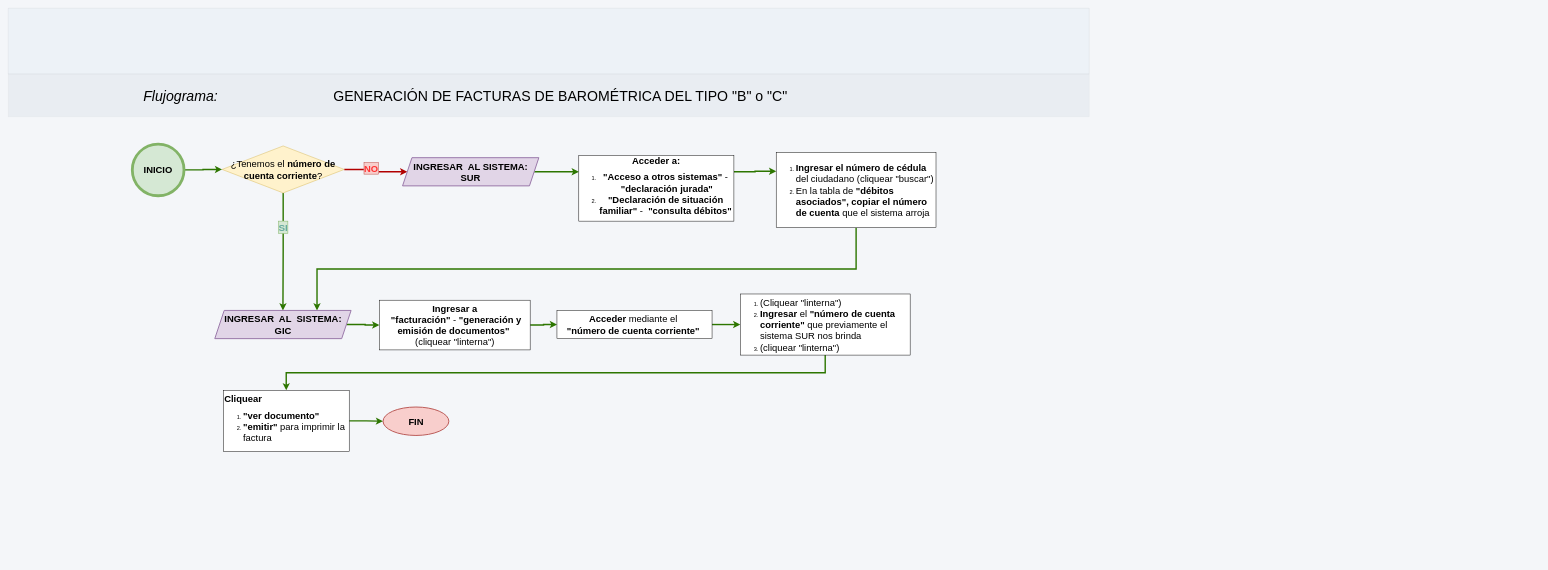
This is Facturas_barométrica/Factura de barométrica.drawio from adlc20/Manual_de_procedimientos_ccz9, a draw.io file, before an edit. Source tidied: cells renumbered, new cells numbered last; positions are measured from the earlier drawing's top-left corner, leaving out a move shared by most shapes. Both pictures are drawn from the tidied source at 47%, with x=0, y=0 at pixel (8, 8).
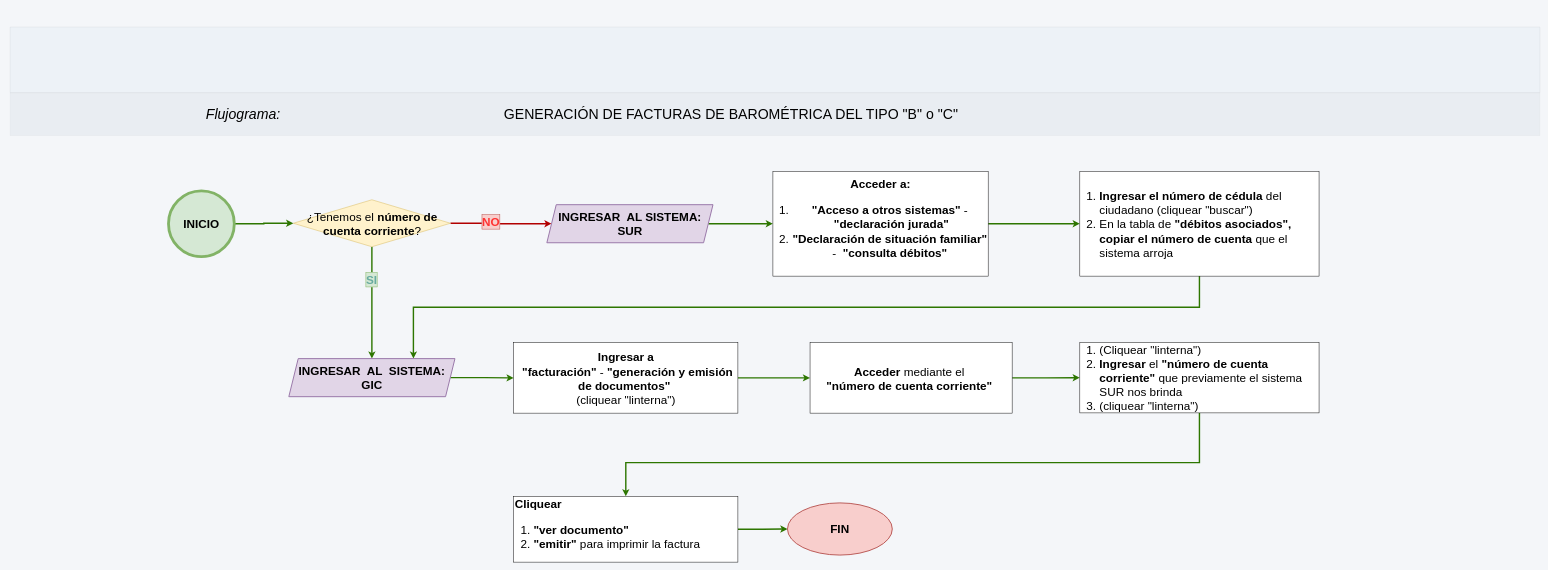
Above is the later version.

Change to the diagram source:
```diff
@@
-    <mxCell id="2" style="verticalLabelPosition=bottom;verticalAlign=middle;html=1;shape=mxgraph.basic.patternFillRect;step=5;fillStrokeWidth=0.2;fillStrokeColor=#dddddd;fillColor=#EDF2F7;strokeWidth=0;dashed=1;dashPattern=1 4;rounded=1;align=center;fontFamily=Helvetica;fontSize=12;fontColor=#2D3748;" parent="1" vertex="1">
-      <mxGeometry width="2300" height="140" as="geometry" />
-    </mxCell>
-    <mxCell id="3" style="verticalLabelPosition=bottom;verticalAlign=top;html=1;shape=mxgraph.basic.patternFillRect;fillStyle=auto;step=5;fillStrokeWidth=0.2;fillStrokeColor=#dddddd;fillColor=#E0E5EB;strokeWidth=0;strokeColor=default;opacity=50;fontColor=#ffffff;shadow=0;comic=0;align=center;fontFamily=Helvetica;fontSize=12;gradientColor=none;" parent="1" vertex="1">
-      <mxGeometry y="140" width="2300" height="91" as="geometry" />
-    </mxCell>
+    <mxCell id="30" style="verticalLabelPosition=bottom;verticalAlign=middle;html=1;shape=mxgraph.basic.patternFillRect;step=5;fillStrokeWidth=0.2;fillStrokeColor=#dddddd;fillColor=#EDF2F7;strokeWidth=0;dashed=1;dashPattern=1 4;rounded=1;align=center;fontFamily=Helvetica;fontSize=12;fontColor=#2D3748;" parent="1" vertex="1">
+      <mxGeometry x="4" y="40" width="3255" height="140" as="geometry" />
+    </mxCell>
+    <mxCell id="31" style="verticalLabelPosition=bottom;verticalAlign=top;html=1;shape=mxgraph.basic.patternFillRect;fillStyle=auto;step=5;fillStrokeWidth=0.2;fillStrokeColor=#dddddd;fillColor=#E0E5EB;strokeWidth=0;strokeColor=default;opacity=50;fontColor=#ffffff;shadow=0;comic=0;align=center;fontFamily=Helvetica;fontSize=12;gradientColor=none;" parent="1" vertex="1">
+      <mxGeometry x="4" y="180" width="3255" height="91" as="geometry" />
+    </mxCell>
     <mxCell id="4" value="&lt;i style=&quot;font-size: 30px;&quot;&gt;Flujograma:&lt;/i&gt;" style="text;html=1;whiteSpace=wrap;strokeColor=none;fillColor=none;align=center;verticalAlign=middle;rounded=0;" parent="1" vertex="1">
-      <mxGeometry x="182" y="170.5" width="370" height="30" as="geometry" />
+      <mxGeometry x="315" y="210.5" width="370" height="30" as="geometry" />
     </mxCell>
     <mxCell id="5" value="&lt;font style=&quot;font-size: 30px;&quot;&gt;GENERACIÓN DE FACTURAS DE BAROMÉTRICA DEL TIPO &quot;B&quot; o &quot;C&quot;&lt;/font&gt;" style="text;html=1;whiteSpace=wrap;strokeColor=none;fillColor=none;align=center;verticalAlign=middle;rounded=0;" parent="1" vertex="1">
-      <mxGeometry x="675" y="171.5" width="1000" height="30" as="geometry" />
+      <mxGeometry x="1038" y="210.5" width="1000" height="30" as="geometry" />
     </mxCell>
-    <mxCell id="6" style="edgeStyle=orthogonalEdgeStyle;rounded=0;jettySize=auto;html=1;exitX=1;exitY=0.5;exitDx=0;exitDy=0;entryX=0;entryY=0.5;entryDx=0;entryDy=0;fillColor=#60a917;strokeColor=#2D7600;strokeWidth=3;" parent="1" edge="1" source="29" target="19">
+    <mxCell id="6" style="edgeStyle=orthogonalEdgeStyle;rounded=0;jettySize=auto;html=1;exitX=1;exitY=0.5;exitDx=0;exitDy=0;entryX=0;entryY=0.5;entryDx=0;entryDy=0;fillColor=#60a917;strokeColor=#2D7600;strokeWidth=3;fontSize=25;" parent="1" edge="1" source="29" target="19">
       <mxGeometry relative="1" as="geometry" />
     </mxCell>
-    <mxCell id="7" style="edgeStyle=orthogonalEdgeStyle;rounded=0;jettySize=auto;html=1;exitX=1;exitY=0.5;exitDx=0;exitDy=0;entryX=0;entryY=0.5;entryDx=0;entryDy=0;fillColor=#60a917;strokeColor=#2D7600;strokeWidth=3;" parent="1" edge="1" source="8" target="10">
+    <mxCell id="7" style="edgeStyle=orthogonalEdgeStyle;rounded=0;jettySize=auto;html=1;exitX=1;exitY=0.5;exitDx=0;exitDy=0;entryX=0;entryY=0.5;entryDx=0;entryDy=0;fillColor=#60a917;strokeColor=#2D7600;strokeWidth=3;fontSize=25;" parent="1" edge="1" source="8" target="10">
       <mxGeometry relative="1" as="geometry" />
     </mxCell>
-    <mxCell id="8" value="&lt;font style=&quot;font-size: 20px;&quot;&gt;&lt;b&gt;Ingresar a&lt;/b&gt;&lt;/font&gt;&lt;div&gt;&lt;font style=&quot;font-size: 20px;&quot;&gt;&lt;b&gt;&amp;nbsp;&quot;facturación&quot;&lt;/b&gt; - &lt;b&gt;&quot;generación y emisión de documentos&quot;&amp;nbsp;&lt;/b&gt;&lt;/font&gt;&lt;/div&gt;&lt;div&gt;&lt;font style=&quot;font-size: 20px;&quot;&gt;(cliquear &quot;linterna&quot;)&lt;/font&gt;&lt;/div&gt;" style="rounded=0;whiteSpace=wrap;html=1;" parent="1" vertex="1">
-      <mxGeometry x="789.5" y="621.2" width="321" height="105.8" as="geometry" />
+    <mxCell id="8" value="&lt;font&gt;&lt;b&gt;Ingresar a&lt;/b&gt;&lt;/font&gt;&lt;div&gt;&lt;font&gt;&lt;b&gt;&amp;nbsp;&quot;facturación&quot;&lt;/b&gt; - &lt;b&gt;&quot;generación y emisión de documentos&quot;&amp;nbsp;&lt;/b&gt;&lt;/font&gt;&lt;/div&gt;&lt;div&gt;&lt;font&gt;(cliquear &quot;linterna&quot;)&lt;/font&gt;&lt;/div&gt;" style="rounded=0;whiteSpace=wrap;html=1;fontSize=25;" parent="1" vertex="1">
+      <mxGeometry x="1075.5" y="711.5" width="477" height="150" as="geometry" />
     </mxCell>
-    <mxCell id="9" style="edgeStyle=orthogonalEdgeStyle;rounded=0;jettySize=auto;html=1;strokeWidth=3;fillColor=#60a917;strokeColor=#2D7600;" parent="1" edge="1" source="10" target="12">
+    <mxCell id="9" style="edgeStyle=orthogonalEdgeStyle;rounded=0;jettySize=auto;html=1;strokeWidth=3;fillColor=#60a917;strokeColor=#2D7600;fontSize=25;" parent="1" edge="1" source="10" target="12">
       <mxGeometry relative="1" as="geometry" />
     </mxCell>
-    <mxCell id="10" value="&lt;font style=&quot;font-size: 20px;&quot;&gt;&lt;b&gt;Acceder&lt;/b&gt; mediante el&amp;nbsp;&lt;/font&gt;&lt;div&gt;&lt;font style=&quot;font-size: 20px;&quot;&gt;&lt;b&gt;&quot;número de cuenta corriente&quot;&lt;/b&gt;&amp;nbsp;&lt;/font&gt;&lt;/div&gt;" style="rounded=0;whiteSpace=wrap;html=1;" parent="1" vertex="1">
-      <mxGeometry x="1167.5" y="643" width="330" height="60" as="geometry" />
+    <mxCell id="10" value="&lt;font&gt;&lt;b&gt;Acceder&lt;/b&gt; mediante el&amp;nbsp;&lt;/font&gt;&lt;div&gt;&lt;font&gt;&lt;b&gt;&quot;número de cuenta corriente&quot;&lt;/b&gt;&amp;nbsp;&lt;/font&gt;&lt;/div&gt;" style="rounded=0;whiteSpace=wrap;html=1;fontSize=25;" parent="1" vertex="1">
+      <mxGeometry x="1706" y="711.5" width="430" height="150" as="geometry" />
     </mxCell>
-    <mxCell id="11" style="edgeStyle=orthogonalEdgeStyle;rounded=0;jettySize=auto;html=1;strokeWidth=3;fillColor=#60a917;strokeColor=#2D7600;exitX=0.5;exitY=1;exitDx=0;exitDy=0;" parent="1" edge="1" source="12" target="14">
-      <mxGeometry relative="1" as="geometry" />
+    <mxCell id="11" style="edgeStyle=orthogonalEdgeStyle;rounded=0;jettySize=auto;html=1;strokeWidth=3;fillColor=#60a917;strokeColor=#2D7600;exitX=0.5;exitY=1;exitDx=0;exitDy=0;fontSize=25;entryX=0.5;entryY=0;entryDx=0;entryDy=0;" parent="1" edge="1" source="12" target="14">
+      <mxGeometry relative="1" as="geometry">
+        <Array as="points">
+          <mxPoint x="2534.5" y="966.8" />
+          <mxPoint x="1314" y="966.8" />
+        </Array>
+      </mxGeometry>
     </mxCell>
-    <mxCell id="12" value="&lt;ol&gt;&lt;li&gt;&lt;font style=&quot;font-size: 20px;&quot;&gt;(Cliquear &quot;linterna&quot;)&amp;nbsp;&lt;/font&gt;&lt;/li&gt;&lt;li&gt;&lt;font style=&quot;font-size: 20px;&quot;&gt;&lt;b&gt;Ingresar&lt;/b&gt; el &lt;b&gt;&quot;número de cuenta corriente&quot;&lt;/b&gt; que previamente el sistema SUR nos brinda&amp;nbsp;&lt;/font&gt;&lt;/li&gt;&lt;li&gt;&lt;font style=&quot;font-size: 20px;&quot;&gt;(cliquear &quot;linterna&quot;)&lt;/font&gt;&lt;/li&gt;&lt;/ol&gt;" style="rounded=0;whiteSpace=wrap;html=1;align=left;" parent="1" vertex="1">
-      <mxGeometry x="1557.5" y="608" width="361.5" height="130" as="geometry" />
+    <mxCell id="12" value="&lt;ol&gt;&lt;li&gt;&lt;font&gt;(Cliquear &quot;linterna&quot;)&amp;nbsp;&lt;/font&gt;&lt;/li&gt;&lt;li&gt;&lt;font&gt;&lt;b&gt;Ingresar&lt;/b&gt; el &lt;b&gt;&quot;número de cuenta corriente&quot;&lt;/b&gt; que previamente el sistema SUR nos brinda&amp;nbsp;&lt;/font&gt;&lt;/li&gt;&lt;li&gt;&lt;font&gt;(cliquear &quot;linterna&quot;)&lt;/font&gt;&lt;/li&gt;&lt;/ol&gt;" style="rounded=0;whiteSpace=wrap;html=1;align=left;fontSize=25;" parent="1" vertex="1">
+      <mxGeometry x="2280" y="711" width="509" height="150" as="geometry" />
     </mxCell>
-    <mxCell id="13" style="edgeStyle=orthogonalEdgeStyle;rounded=0;jettySize=auto;html=1;exitX=1;exitY=0.5;exitDx=0;exitDy=0;entryX=0;entryY=0.5;entryDx=0;entryDy=0;strokeWidth=3;fillColor=#60a917;strokeColor=#2D7600;" parent="1" edge="1" source="14" target="22">
+    <mxCell id="13" style="edgeStyle=orthogonalEdgeStyle;rounded=0;jettySize=auto;html=1;exitX=1;exitY=0.5;exitDx=0;exitDy=0;entryX=0;entryY=0.5;entryDx=0;entryDy=0;strokeWidth=3;fillColor=#60a917;strokeColor=#2D7600;fontSize=25;" parent="1" edge="1" source="14" target="22">
       <mxGeometry relative="1" as="geometry" />
     </mxCell>
-    <mxCell id="14" value="&lt;font style=&quot;font-size: 20px;&quot;&gt;&lt;b&gt;Cliquear&amp;nbsp;&lt;/b&gt;&lt;/font&gt;&lt;div&gt;&lt;ol&gt;&lt;li&gt;&lt;span style=&quot;font-size: 20px; background-color: transparent; color: light-dark(rgb(0, 0, 0), rgb(255, 255, 255));&quot;&gt;&lt;b&gt;&quot;ver documento&quot;&lt;/b&gt;&amp;nbsp; &amp;nbsp;&lt;/span&gt;&lt;/li&gt;&lt;li&gt;&lt;span style=&quot;font-size: 20px; background-color: transparent; color: light-dark(rgb(0, 0, 0), rgb(255, 255, 255));&quot;&gt;&lt;b&gt;&quot;emitir&quot;&lt;/b&gt; para imprimir la factura&lt;/span&gt;&lt;/li&gt;&lt;/ol&gt;&lt;/div&gt;" style="rounded=0;whiteSpace=wrap;html=1;align=left;" parent="1" vertex="1">
-      <mxGeometry x="457.5" y="813" width="268" height="130" as="geometry" />
+    <mxCell id="14" value="&lt;font&gt;&lt;b&gt;Cliquear&amp;nbsp;&lt;/b&gt;&lt;/font&gt;&lt;div&gt;&lt;ol&gt;&lt;li&gt;&lt;span style=&quot;background-color: transparent; color: light-dark(rgb(0, 0, 0), rgb(255, 255, 255));&quot;&gt;&lt;b&gt;&quot;ver documento&quot;&lt;/b&gt;&amp;nbsp; &amp;nbsp;&lt;/span&gt;&lt;/li&gt;&lt;li&gt;&lt;span style=&quot;background-color: transparent; color: light-dark(rgb(0, 0, 0), rgb(255, 255, 255));&quot;&gt;&lt;b&gt;&quot;emitir&quot;&lt;/b&gt; para imprimir la factura&lt;/span&gt;&lt;/li&gt;&lt;/ol&gt;&lt;/div&gt;" style="rounded=0;whiteSpace=wrap;html=1;align=left;fontSize=25;" parent="1" vertex="1">
+      <mxGeometry x="1075.5" y="1038.5" width="477" height="140" as="geometry" />
     </mxCell>
-    <mxCell id="15" style="edgeStyle=orthogonalEdgeStyle;rounded=0;jettySize=auto;html=1;exitX=0.5;exitY=1;exitDx=0;exitDy=0;entryX=0.5;entryY=0;entryDx=0;entryDy=0;fillColor=#60a917;strokeColor=#2D7600;strokeWidth=3;" parent="1" edge="1" source="19" target="28">
+    <mxCell id="15" style="edgeStyle=orthogonalEdgeStyle;rounded=0;jettySize=auto;html=1;exitX=0.5;exitY=1;exitDx=0;exitDy=0;entryX=0.5;entryY=0;entryDx=0;entryDy=0;fillColor=#60a917;strokeColor=#2D7600;strokeWidth=3;fontSize=25;" parent="1" edge="1" source="19" target="28">
       <mxGeometry relative="1" as="geometry" />
     </mxCell>
-    <mxCell id="16" value="&lt;font style=&quot;color: rgb(103, 171, 159);&quot;&gt;SI&lt;/font&gt;" style="edgeLabel;html=1;align=center;verticalAlign=middle;fontSize=21;labelBackgroundColor=#d5e8d4;labelBorderColor=#82b366;fontStyle=1;" parent="15" vertex="1">
+    <mxCell id="16" value="&lt;font style=&quot;color: rgb(103, 171, 159);&quot;&gt;SI&lt;/font&gt;" style="edgeLabel;html=1;align=center;verticalAlign=middle;fontSize=25;labelBackgroundColor=#d5e8d4;labelBorderColor=#82b366;fontStyle=1;" parent="15" vertex="1">
       <mxGeometry x="-0.57" y="5" relative="1" as="geometry">
         <mxPoint x="-6" y="18" as="offset" />
       </mxGeometry>
     </mxCell>
-    <mxCell id="17" style="edgeStyle=orthogonalEdgeStyle;rounded=0;jettySize=auto;html=1;exitX=1;exitY=0.5;exitDx=0;exitDy=0;entryX=0;entryY=0.5;entryDx=0;entryDy=0;fillColor=#e51400;strokeColor=#B20000;strokeWidth=3;" parent="1" edge="1" source="19" target="26">
+    <mxCell id="17" style="edgeStyle=orthogonalEdgeStyle;rounded=0;jettySize=auto;html=1;exitX=1;exitY=0.5;exitDx=0;exitDy=0;entryX=0;entryY=0.5;entryDx=0;entryDy=0;fillColor=#e51400;strokeColor=#B20000;strokeWidth=3;fontSize=25;" parent="1" edge="1" source="19" target="26">
       <mxGeometry relative="1" as="geometry" />
     </mxCell>
-    <mxCell id="18" value="&lt;font style=&quot;color: rgb(255, 51, 51);&quot;&gt;NO&lt;/font&gt;" style="edgeLabel;html=1;align=center;verticalAlign=middle;fontSize=20;fontStyle=1;labelBackgroundColor=#f8cecc;labelBorderColor=#b85450;" parent="17" vertex="1">
+    <mxCell id="18" value="&lt;font style=&quot;color: rgb(255, 51, 51);&quot;&gt;NO&lt;/font&gt;" style="edgeLabel;html=1;align=center;verticalAlign=middle;fontSize=25;fontStyle=1;labelBackgroundColor=#f8cecc;labelBorderColor=#b85450;" parent="17" vertex="1">
       <mxGeometry x="-0.24" y="4" relative="1" as="geometry">
         <mxPoint x="3" as="offset" />
       </mxGeometry>
     </mxCell>
-    <mxCell id="19" value="&lt;font style=&quot;font-size: 20px;&quot;&gt;¿Tenemos el &lt;b&gt;número de cuenta corriente&lt;/b&gt;?&lt;/font&gt;" style="rhombus;whiteSpace=wrap;html=1;fillColor=#fff2cc;strokeColor=#d6b656;" parent="1" vertex="1">
-      <mxGeometry x="455" y="293" width="260" height="100" as="geometry" />
+    <mxCell id="19" value="&lt;font&gt;¿Tenemos el &lt;b&gt;número de cuenta corriente&lt;/b&gt;?&lt;/font&gt;" style="rhombus;whiteSpace=wrap;html=1;fillColor=#fff2cc;strokeColor=#d6b656;fontSize=25;" parent="1" vertex="1">
+      <mxGeometry x="606.5" y="407.5" width="334.5" height="100" as="geometry" />
     </mxCell>
-    <mxCell id="20" style="edgeStyle=orthogonalEdgeStyle;rounded=0;jettySize=auto;html=1;exitX=0.5;exitY=1;exitDx=0;exitDy=0;entryX=0.75;entryY=0;entryDx=0;entryDy=0;fillColor=#60a917;strokeColor=#2D7600;strokeWidth=3;" parent="1" edge="1" source="21" target="28">
-      <mxGeometry relative="1" as="geometry" />
+    <mxCell id="20" style="edgeStyle=orthogonalEdgeStyle;rounded=0;jettySize=auto;html=1;exitX=0.5;exitY=1;exitDx=0;exitDy=0;entryX=0.75;entryY=0;entryDx=0;entryDy=0;fillColor=#60a917;strokeColor=#2D7600;strokeWidth=3;fontSize=25;" parent="1" edge="1" source="21" target="28">
+      <mxGeometry relative="1" as="geometry">
+        <Array as="points">
+          <mxPoint x="2534.5" y="636.2" />
+          <mxPoint x="862" y="636.2" />
+        </Array>
+      </mxGeometry>
     </mxCell>
-    <mxCell id="21" value="&lt;ol&gt;&lt;li&gt;&lt;font style=&quot;font-size: 20px;&quot;&gt;&lt;b&gt;Ingresar el número de cédula&lt;/b&gt; del ciudadano (cliquear &quot;buscar&quot;)&lt;/font&gt;&lt;/li&gt;&lt;li&gt;&lt;span style=&quot;font-size: 20px;&quot;&gt;En la tabla de&lt;b&gt; &quot;débitos asociados&quot;, copiar el número de cuenta&lt;/b&gt; que el sistema arroja&amp;nbsp;&amp;nbsp;&lt;/span&gt;&lt;/li&gt;&lt;/ol&gt;" style="rounded=0;whiteSpace=wrap;html=1;align=left;" parent="1" vertex="1">
-      <mxGeometry x="1634" y="307" width="340" height="160" as="geometry" />
+    <mxCell id="21" value="&lt;ol&gt;&lt;li&gt;&lt;font&gt;&lt;b&gt;Ingresar el número de cédula&lt;/b&gt; del ciudadano (cliquear &quot;buscar&quot;)&lt;/font&gt;&lt;/li&gt;&lt;li&gt;&lt;span&gt;En la tabla de&lt;b&gt; &quot;débitos asociados&quot;, copiar el número de cuenta&lt;/b&gt; que el sistema arroja&amp;nbsp;&amp;nbsp;&lt;/span&gt;&lt;/li&gt;&lt;/ol&gt;" style="rounded=0;whiteSpace=wrap;html=1;align=left;fontSize=25;" parent="1" vertex="1">
+      <mxGeometry x="2280" y="347" width="509" height="223" as="geometry" />
     </mxCell>
-    <mxCell id="22" value="&lt;font style=&quot;font-size: 20px;&quot;&gt;&lt;b&gt;FIN&lt;/b&gt;&lt;/font&gt;" style="ellipse;whiteSpace=wrap;html=1;fillColor=#f8cecc;strokeColor=#b85450;strokeWidth=2;" parent="1" vertex="1">
-      <mxGeometry x="797.5" y="848.5" width="140" height="60.5" as="geometry" />
+    <mxCell id="22" value="&lt;font&gt;&lt;b&gt;FIN&lt;/b&gt;&lt;/font&gt;" style="ellipse;whiteSpace=wrap;html=1;fillColor=#f8cecc;strokeColor=#b85450;strokeWidth=2;fontSize=25;" parent="1" vertex="1">
+      <mxGeometry x="1658" y="1052.5" width="223" height="111" as="geometry" />
     </mxCell>
-    <mxCell id="23" style="edgeStyle=orthogonalEdgeStyle;rounded=0;jettySize=auto;html=1;exitX=1;exitY=0.25;exitDx=0;exitDy=0;entryX=0;entryY=0.25;entryDx=0;entryDy=0;fillColor=#60a917;strokeColor=#2D7600;strokeWidth=3;" parent="1" edge="1" source="24" target="21">
+    <mxCell id="23" style="edgeStyle=orthogonalEdgeStyle;rounded=0;jettySize=auto;html=1;exitX=1;exitY=0.5;exitDx=0;exitDy=0;entryX=0;entryY=0.5;entryDx=0;entryDy=0;fillColor=#60a917;strokeColor=#2D7600;strokeWidth=3;fontSize=25;" parent="1" edge="1" source="24" target="21">
       <mxGeometry relative="1" as="geometry" />
     </mxCell>
-    <mxCell id="24" value="&lt;div&gt;&lt;span style=&quot;font-size: 20px;&quot;&gt;&lt;br&gt;&lt;/span&gt;&lt;/div&gt;&lt;span style=&quot;font-size: 20px;&quot;&gt;&lt;b&gt;Acceder a:&lt;/b&gt;&lt;/span&gt;&lt;div&gt;&lt;ol&gt;&lt;li&gt;&lt;span style=&quot;font-size: 20px;&quot;&gt;&lt;b&gt;&quot;Acceso a otros sistemas&quot;&lt;/b&gt; -&lt;/span&gt;&lt;font style=&quot;font-size: 20px;&quot;&gt;&amp;nbsp;&lt;b&gt;&quot;declaración jurada&quot;&lt;/b&gt;&lt;/font&gt;&lt;/li&gt;&lt;li&gt;&lt;span style=&quot;font-size: 20px;&quot;&gt;&lt;b&gt;&quot;Declaración de situación familiar&quot;&lt;/b&gt; -&amp;nbsp;&lt;b&gt; &quot;consulta débitos&quot;&lt;/b&gt;&lt;/span&gt;&lt;/li&gt;&lt;/ol&gt;&lt;/div&gt;&lt;div&gt;&lt;span style=&quot;font-size: 20px;&quot;&gt;&lt;br&gt;&lt;/span&gt;&lt;/div&gt;" style="rounded=0;whiteSpace=wrap;html=1;" parent="1" vertex="1">
-      <mxGeometry x="1214" y="313" width="330" height="140" as="geometry" />
+    <mxCell id="24" value="&lt;div&gt;&lt;span&gt;&lt;br&gt;&lt;/span&gt;&lt;/div&gt;&lt;span&gt;&lt;b&gt;Acceder a:&lt;/b&gt;&lt;/span&gt;&lt;div&gt;&lt;ol&gt;&lt;li&gt;&lt;span&gt;&lt;b&gt;&quot;Acceso a otros sistemas&quot;&lt;/b&gt; -&lt;/span&gt;&lt;font&gt;&amp;nbsp;&lt;b&gt;&quot;declaración jurada&quot;&lt;/b&gt;&lt;/font&gt;&lt;/li&gt;&lt;li&gt;&lt;span&gt;&lt;b&gt;&quot;Declaración de situación familiar&quot;&lt;/b&gt; -&amp;nbsp;&lt;b&gt; &quot;consulta débitos&quot;&lt;/b&gt;&lt;/span&gt;&lt;/li&gt;&lt;/ol&gt;&lt;/div&gt;&lt;div&gt;&lt;span&gt;&lt;br&gt;&lt;/span&gt;&lt;/div&gt;" style="rounded=0;whiteSpace=wrap;html=1;fontSize=25;" parent="1" vertex="1">
+      <mxGeometry x="1627" y="347" width="458" height="223" as="geometry" />
     </mxCell>
-    <mxCell id="25" style="edgeStyle=orthogonalEdgeStyle;rounded=0;jettySize=auto;html=1;exitX=1;exitY=0.5;exitDx=0;exitDy=0;entryX=0;entryY=0.25;entryDx=0;entryDy=0;fillColor=#60a917;strokeColor=#2D7600;strokeWidth=3;" parent="1" edge="1" source="26" target="24">
+    <mxCell id="25" style="edgeStyle=orthogonalEdgeStyle;rounded=0;jettySize=auto;html=1;exitX=1;exitY=0.5;exitDx=0;exitDy=0;entryX=0;entryY=0.5;entryDx=0;entryDy=0;fillColor=#60a917;strokeColor=#2D7600;strokeWidth=3;fontSize=25;" parent="1" edge="1" source="26" target="24">
       <mxGeometry relative="1" as="geometry" />
     </mxCell>
-    <mxCell id="26" value="&lt;font style=&quot;font-size: 20px;&quot;&gt;&lt;b&gt;INGRESAR&amp;nbsp; AL SISTEMA: SUR&lt;/b&gt;&lt;/font&gt;" style="shape=parallelogram;perimeter=parallelogramPerimeter;whiteSpace=wrap;html=1;fixedSize=1;fillColor=#e1d5e7;strokeColor=#9673a6;strokeWidth=2;" parent="1" vertex="1">
-      <mxGeometry x="839" y="318" width="290" height="60" as="geometry" />
+    <mxCell id="26" value="&lt;font&gt;&lt;b&gt;INGRESAR&amp;nbsp; AL SISTEMA: SUR&lt;/b&gt;&lt;/font&gt;" style="shape=parallelogram;perimeter=parallelogramPerimeter;whiteSpace=wrap;html=1;fixedSize=1;fillColor=#e1d5e7;strokeColor=#9673a6;strokeWidth=2;fontSize=25;" parent="1" vertex="1">
+      <mxGeometry x="1146" y="418" width="353.5" height="81" as="geometry" />
     </mxCell>
-    <mxCell id="27" style="edgeStyle=orthogonalEdgeStyle;rounded=0;jettySize=auto;html=1;exitX=1;exitY=0.5;exitDx=0;exitDy=0;fillColor=#60a917;strokeColor=#2D7600;strokeWidth=3;" parent="1" edge="1" source="28" target="8">
+    <mxCell id="27" style="edgeStyle=orthogonalEdgeStyle;rounded=0;jettySize=auto;html=1;exitX=1;exitY=0.5;exitDx=0;exitDy=0;fillColor=#60a917;strokeColor=#2D7600;strokeWidth=3;fontSize=25;" parent="1" edge="1" source="28" target="8">
       <mxGeometry relative="1" as="geometry" />
     </mxCell>
-    <mxCell id="28" value="&lt;font style=&quot;font-size: 20px;&quot;&gt;&lt;b&gt;INGRESAR&amp;nbsp; AL&amp;nbsp; SISTEMA: GIC&lt;/b&gt;&lt;/font&gt;" style="shape=parallelogram;perimeter=parallelogramPerimeter;whiteSpace=wrap;html=1;fixedSize=1;fillColor=#e1d5e7;strokeColor=#9673a6;strokeWidth=2;" parent="1" vertex="1">
-      <mxGeometry x="439.5" y="643" width="290" height="60" as="geometry" />
+    <mxCell id="28" value="&lt;font&gt;&lt;b&gt;INGRESAR&amp;nbsp; AL&amp;nbsp; SISTEMA: GIC&lt;/b&gt;&lt;/font&gt;" style="shape=parallelogram;perimeter=parallelogramPerimeter;whiteSpace=wrap;html=1;fixedSize=1;fillColor=#e1d5e7;strokeColor=#9673a6;strokeWidth=2;fontSize=25;" parent="1" vertex="1">
+      <mxGeometry x="597" y="745.5" width="353.5" height="81" as="geometry" />
     </mxCell>
-    <mxCell id="29" value="&lt;font style=&quot;font-size: 20px;&quot;&gt;&lt;b&gt;INICIO&lt;/b&gt;&lt;/font&gt;" style="ellipse;whiteSpace=wrap;html=1;fillColor=#D5E8D4;strokeColor=#82b366;strokeWidth=6;gradientColor=none;" parent="1" vertex="1">
-      <mxGeometry x="264" y="289" width="110" height="110" as="geometry" />
+    <mxCell id="29" value="&lt;font&gt;&lt;b&gt;INICIO&lt;/b&gt;&lt;/font&gt;" style="ellipse;whiteSpace=wrap;html=1;fillColor=#D5E8D4;strokeColor=#82b366;strokeWidth=6;gradientColor=none;fontSize=25;" parent="1" vertex="1">
+      <mxGeometry x="341" y="388.5" width="140" height="140" as="geometry" />
     </mxCell>
```
